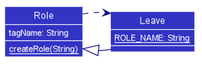
Above: docs/images/LeaveClassDiagram.png in wakululuu/tp (PlantUML), before the change.
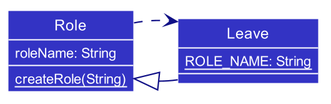
Above is the later version.

Commit message:
Edit tagName to roleName in Leave class diagram

What changed in the source:
```diff
@@ -57,7 +57,7 @@
 
 
 class Role {
-tagName: String
+roleName: String
 {static} createRole(String)
 }
 
```
